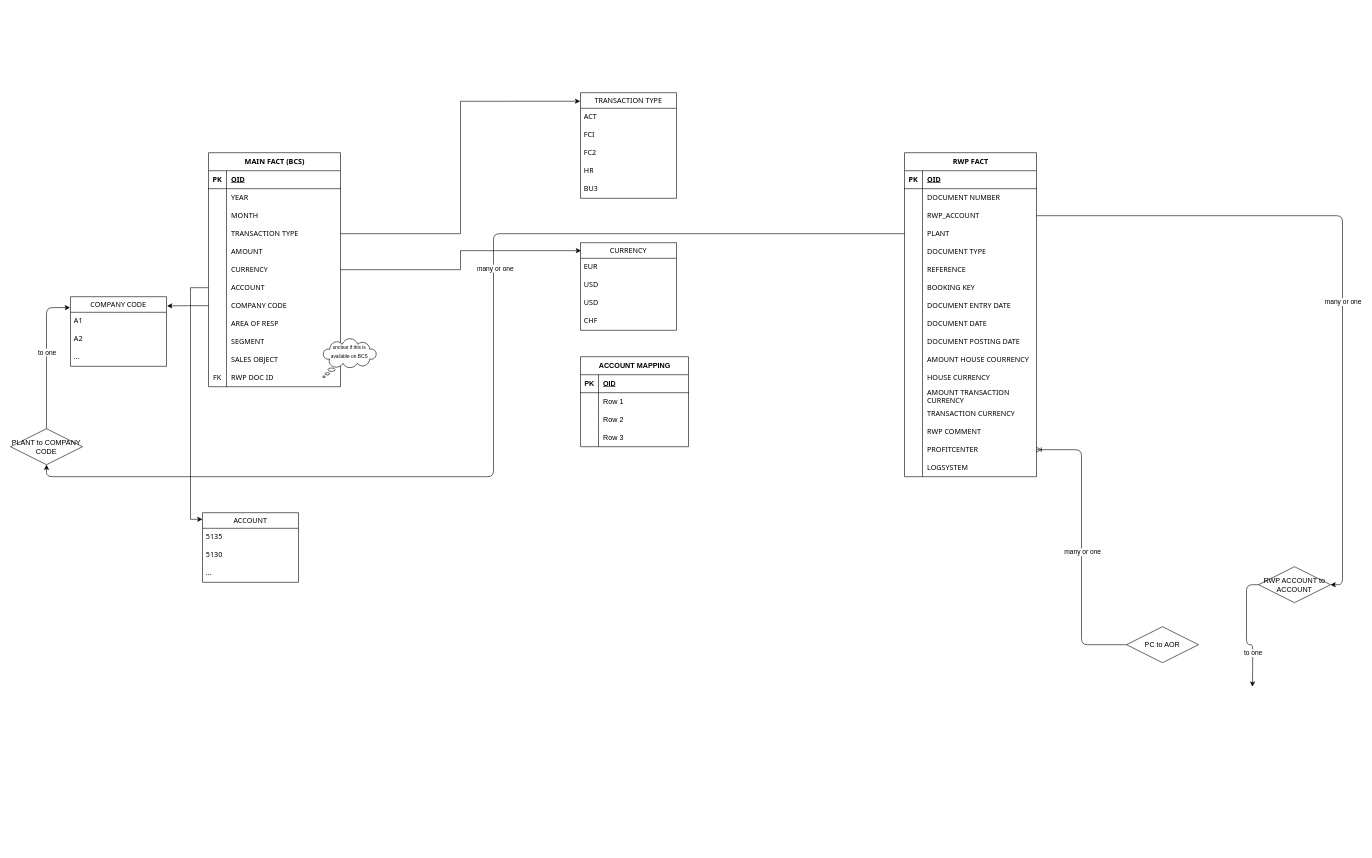
Earlier version of the draw.io diagram Untitled Diagram.drawio (fy-nn/test). Source tidied: cells renumbered, new cells numbered last; positions are measured from the earlier drawing's top-left corner, leaving out a move shared by most shapes. Both pictures are drawn from the tidied source at 60%, with x=0, y=0 at pixel (10, 92).
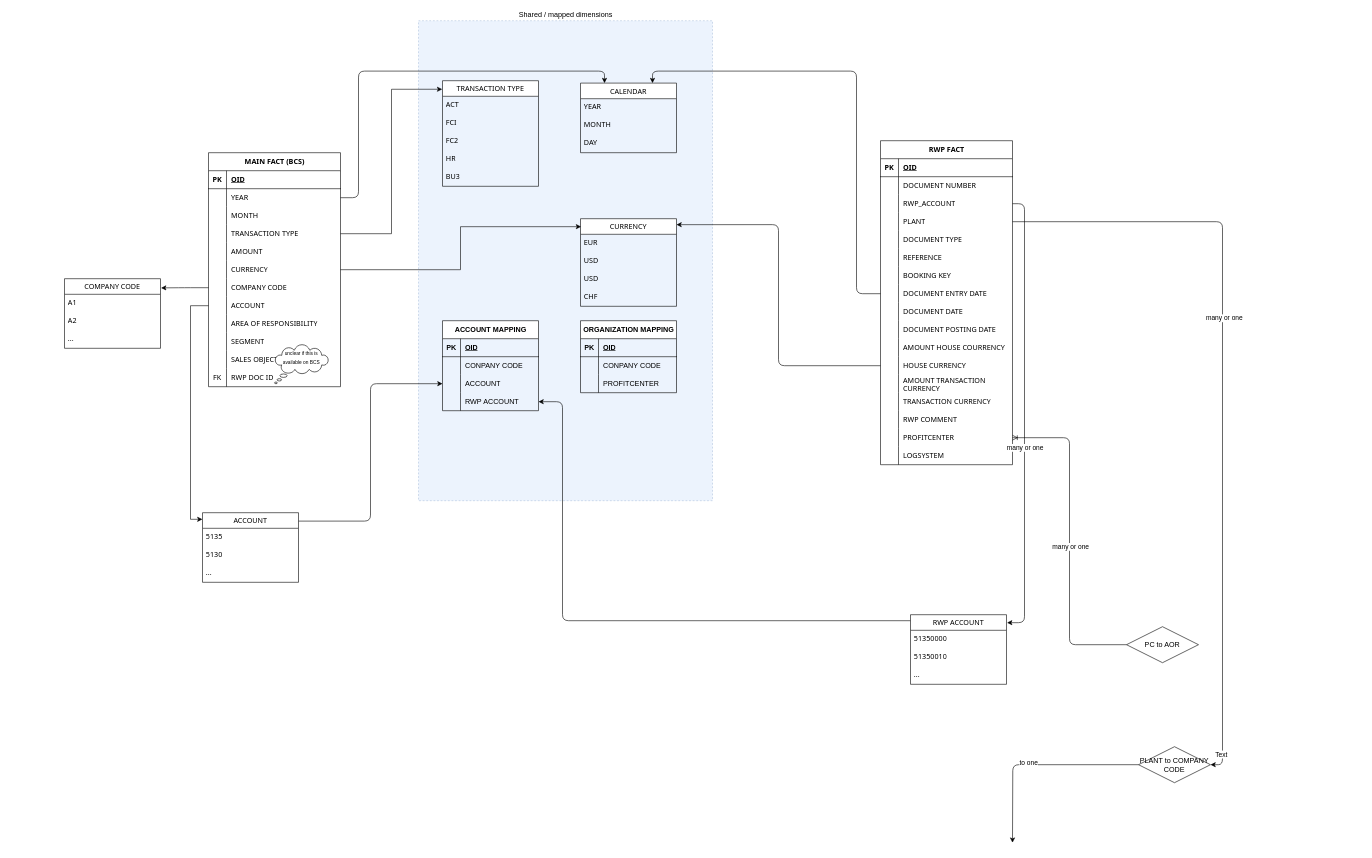
The same page after the edit.

The change refers to these unchanged cells:
```xml
<mxCell id="2" value="MAIN FACT (BCS)" style="shape=table;startSize=30;childLayout=tableLayout;rowLines=0;fontStyle=1;align=center;html=1;hachureGap=4;fontFamily=Tahoma;fontSize=12;rounded=0;" parent="1" vertex="1">
  <mxGeometry x="330" y="100" width="220" height="390" as="geometry" />
</mxCell>
<mxCell id="6" style="shape=tableRow;horizontal=0;startSize=0;swimlaneHead=0;swimlaneBody=0;fillColor=none;points=[[0,0.5],[1,0.5]];portConstraint=eastwest;top=0;left=0;right=0;bottom=0;hachureGap=4;fontFamily=Tahoma;fontSize=12;rounded=0;" parent="2" vertex="1">
  <mxGeometry y="60" width="220" height="30" as="geometry" />
</mxCell>
<mxCell id="27" style="shape=tableRow;horizontal=0;startSize=0;swimlaneHead=0;swimlaneBody=0;fillColor=none;top=0;left=0;right=0;bottom=0;hachureGap=4;fontFamily=Tahoma;fontSize=12;rounded=0;" parent="2" vertex="1">
  <mxGeometry y="270" width="220" height="30" as="geometry" />
</mxCell>
<mxCell id="46" value="ACCOUNT" style="swimlane;fontStyle=0;horizontal=1;startSize=26;align=center;fontSize=12;hachureGap=4;fontFamily=Tahoma;rounded=0;" parent="1" vertex="1">
  <mxGeometry x="320" y="700" width="160" height="116" as="geometry" />
</mxCell>
<mxCell id="69" style="shape=tableRow;horizontal=0;startSize=0;swimlaneHead=0;swimlaneBody=0;fillColor=none;points=[[0,0.5],[1,0.5]];portConstraint=eastwest;top=0;left=0;right=0;bottom=0;hachureGap=4;fontFamily=Tahoma;fontSize=12;rounded=0;" parent="62" vertex="1">
  <mxGeometry y="90" width="220" height="30" as="geometry" />
</mxCell>
<mxCell id="72" style="shape=tableRow;horizontal=0;startSize=0;swimlaneHead=0;swimlaneBody=0;fillColor=none;points=[[0,0.5],[1,0.5]];portConstraint=eastwest;top=0;left=0;right=0;bottom=0;hachureGap=4;fontFamily=Tahoma;fontSize=12;rounded=0;" parent="62" vertex="1">
  <mxGeometry y="120" width="220" height="30" as="geometry" />
</mxCell>
<mxCell id="84" style="shape=tableRow;horizontal=0;startSize=0;swimlaneHead=0;swimlaneBody=0;fillColor=none;points=[[0,0.5],[1,0.5]];portConstraint=eastwest;top=0;left=0;right=0;bottom=0;hachureGap=4;fontFamily=Tahoma;fontSize=12;rounded=0;" parent="62" vertex="1">
  <mxGeometry y="240" width="220" height="30" as="geometry" />
</mxCell>
<mxCell id="96" style="shape=tableRow;horizontal=0;startSize=0;swimlaneHead=0;swimlaneBody=0;fillColor=none;points=[[0,0.5],[1,0.5]];portConstraint=eastwest;top=0;left=0;right=0;bottom=0;hachureGap=4;fontFamily=Tahoma;fontSize=12;rounded=0;" parent="62" vertex="1">
  <mxGeometry y="360" width="220" height="30" as="geometry" />
</mxCell>
```

Diff of the diagram source:
```diff
@@
+    <mxCell id="141" value="Shared / mapped dimensions" style="verticalLabelPosition=top;verticalAlign=bottom;html=1;shape=mxgraph.basic.rect;fillColor2=none;strokeWidth=1;size=20;indent=5;fillColor=#dae8fc;strokeColor=#6c8ebf;dashed=1;shadow=0;opacity=50;horizontal=1;align=center;labelPosition=center;" parent="1" vertex="1">
+      <mxGeometry x="680" y="-120" width="490" height="800" as="geometry" />
+    </mxCell>
@@
+    <mxCell id="24" style="shape=tableRow;horizontal=0;startSize=0;swimlaneHead=0;swimlaneBody=0;fillColor=none;points=[[0,0.5],[1,0.5]];portConstraint=eastwest;top=0;left=0;right=0;bottom=0;hachureGap=4;fontFamily=Tahoma;fontSize=12;rounded=0;" parent="2" vertex="1">
+      <mxGeometry y="210" width="220" height="30" as="geometry" />
+    </mxCell>
+    <mxCell id="25" style="shape=partialRectangle;fillColor=none;top=0;left=0;bottom=0;right=0;overflow=hidden;whiteSpace=wrap;html=1;hachureGap=4;fontFamily=Tahoma;fontSize=12;rounded=0;" parent="24" vertex="1">
+      <mxGeometry width="30" height="30" as="geometry" />
+    </mxCell>
+    <mxCell id="26" value="COMPANY CODE" style="shape=partialRectangle;fillColor=none;top=0;left=0;bottom=0;right=0;align=left;spacingLeft=6;overflow=hidden;whiteSpace=wrap;html=1;hachureGap=4;fontFamily=Tahoma;fontSize=12;rounded=0;" parent="24" vertex="1">
+      <mxGeometry x="30" width="190" height="30" as="geometry" />
+    </mxCell>
     <mxCell id="21" style="shape=tableRow;horizontal=0;startSize=0;swimlaneHead=0;swimlaneBody=0;fillColor=none;points=[[0,0.5],[1,0.5]];portConstraint=eastwest;top=0;left=0;right=0;bottom=0;hachureGap=4;fontFamily=Tahoma;fontSize=12;rounded=0;" parent="2" vertex="1">
-      <mxGeometry y="210" width="220" height="30" as="geometry" />
+      <mxGeometry y="240" width="220" height="30" as="geometry" />
     </mxCell>
@@
-    <mxCell id="24" style="shape=tableRow;horizontal=0;startSize=0;swimlaneHead=0;swimlaneBody=0;fillColor=none;points=[[0,0.5],[1,0.5]];portConstraint=eastwest;top=0;left=0;right=0;bottom=0;hachureGap=4;fontFamily=Tahoma;fontSize=12;rounded=0;" parent="2" vertex="1">
-      <mxGeometry y="240" width="220" height="30" as="geometry" />
-    </mxCell>
-    <mxCell id="25" style="shape=partialRectangle;fillColor=none;top=0;left=0;bottom=0;right=0;overflow=hidden;whiteSpace=wrap;html=1;hachureGap=4;fontFamily=Tahoma;fontSize=12;rounded=0;" parent="24" vertex="1">
-      <mxGeometry width="30" height="30" as="geometry" />
-    </mxCell>
-    <mxCell id="26" value="COMPANY CODE" style="shape=partialRectangle;fillColor=none;top=0;left=0;bottom=0;right=0;align=left;spacingLeft=6;overflow=hidden;whiteSpace=wrap;html=1;hachureGap=4;fontFamily=Tahoma;fontSize=12;rounded=0;" parent="24" vertex="1">
-      <mxGeometry x="30" width="190" height="30" as="geometry" />
-    </mxCell>
@@
-    <mxCell id="29" value="AREA OF RESP" style="shape=partialRectangle;fillColor=none;top=0;left=0;bottom=0;right=0;align=left;spacingLeft=6;overflow=hidden;whiteSpace=wrap;html=1;hachureGap=4;fontFamily=Tahoma;fontSize=12;rounded=0;" parent="27" vertex="1">
+    <mxCell id="29" value="AREA OF RESPONSIBILITY" style="shape=partialRectangle;fillColor=none;top=0;left=0;bottom=0;right=0;align=left;spacingLeft=6;overflow=hidden;whiteSpace=wrap;html=1;hachureGap=4;fontFamily=Tahoma;fontSize=12;rounded=0;" parent="27" vertex="1">
       <mxGeometry x="30" width="190" height="30" as="geometry" />
     </mxCell>
@@
     <mxCell id="39" value="TRANSACTION TYPE" style="swimlane;fontStyle=0;horizontal=1;startSize=26;align=center;fontSize=12;hachureGap=4;fontFamily=Tahoma;rounded=0;" parent="1" vertex="1">
-      <mxGeometry x="950" width="160" height="176" as="geometry" />
+      <mxGeometry x="720" y="-20" width="160" height="176" as="geometry" />
     </mxCell>
@@
     <mxCell id="51" value="CURRENCY" style="swimlane;fontStyle=0;horizontal=1;startSize=26;align=center;fontSize=12;hachureGap=4;fontFamily=Tahoma;rounded=0;" parent="1" vertex="1">
-      <mxGeometry x="950" y="250" width="160" height="146" as="geometry" />
+      <mxGeometry x="950" y="210" width="160" height="146" as="geometry" />
     </mxCell>
@@
     <mxCell id="57" value="COMPANY CODE" style="swimlane;fontStyle=0;horizontal=1;startSize=26;align=center;fontSize=12;hachureGap=4;fontFamily=Tahoma;rounded=0;" parent="1" vertex="1">
-      <mxGeometry x="100" y="340" width="160" height="116" as="geometry" />
+      <mxGeometry x="90" y="310" width="160" height="116" as="geometry" />
     </mxCell>
@@
     <mxCell id="62" value="RWP FACT" style="shape=table;startSize=30;childLayout=tableLayout;rowLines=0;fontStyle=1;align=center;html=1;hachureGap=4;fontFamily=Tahoma;fontSize=12;rounded=0;" parent="1" vertex="1">
-      <mxGeometry x="1490" y="100" width="220" height="540" as="geometry" />
+      <mxGeometry x="1450" y="80" width="220" height="540" as="geometry" />
     </mxCell>
@@
     <mxCell id="117" value="&lt;font style=&quot;font-size: 8px;&quot;&gt;unclear if this is available on BCS&lt;/font&gt;" style="whiteSpace=wrap;html=1;shape=mxgraph.basic.cloud_callout;align=center;verticalAlign=top;" parent="1" vertex="1">
-      <mxGeometry x="520" y="410" width="90" height="65" as="geometry" />
+      <mxGeometry x="440" y="420" width="90" height="65" as="geometry" />
     </mxCell>
-    <mxCell id="118" value="RWP ACCOUNT to ACCOUNT" style="shape=rhombus;perimeter=rhombusPerimeter;whiteSpace=wrap;html=1;align=center;" parent="1" vertex="1">
-      <mxGeometry x="2080" y="790" width="120" height="60" as="geometry" />
-    </mxCell>
+    <mxCell id="142" style="edgeStyle=orthogonalEdgeStyle;jettySize=auto;html=1;exitX=0;exitY=0.086;exitDx=0;exitDy=0;entryX=1;entryY=0.5;entryDx=0;entryDy=0;exitPerimeter=0;" parent="1" edge="1" source="146" target="135">
+      <mxGeometry relative="1" as="geometry">
+        <Array as="points">
+          <mxPoint x="920" y="880" />
+          <mxPoint x="920" y="515" />
+        </Array>
+      </mxGeometry>
+    </mxCell>
-    <mxCell id="119" style="edgeStyle=orthogonalEdgeStyle;jettySize=auto;html=1;entryX=1;entryY=0.5;entryDx=0;entryDy=0;exitX=1;exitY=0.5;exitDx=0;exitDy=0;" parent="1" edge="1" source="69" target="118">
+    <mxCell id="119" style="edgeStyle=orthogonalEdgeStyle;jettySize=auto;html=1;exitX=1;exitY=0.5;exitDx=0;exitDy=0;entryX=1.006;entryY=0.115;entryDx=0;entryDy=0;entryPerimeter=0;" parent="1" edge="1" source="69" target="146">
       <mxGeometry relative="1" as="geometry" />
     </mxCell>
@@
-    <mxCell id="121" style="edgeStyle=orthogonalEdgeStyle;jettySize=auto;html=1;exitX=0;exitY=0.5;exitDx=0;exitDy=0;" parent="1" edge="1" source="118">
-      <mxGeometry relative="1" as="geometry">
-        <mxPoint x="2070" y="990" as="targetPoint" />
-      </mxGeometry>
-    </mxCell>
-    <mxCell id="122" value="to one" style="edgeLabel;html=1;align=center;verticalAlign=middle;" parent="121" vertex="1">
-      <mxGeometry x="0.44" relative="1" as="geometry" />
-    </mxCell>
     <mxCell id="123" value="PLANT to COMPANY CODE" style="shape=rhombus;perimeter=rhombusPerimeter;whiteSpace=wrap;html=1;align=center;fontSize=12;" parent="1" vertex="1">
-      <mxGeometry y="560" width="120" height="60" as="geometry" />
+      <mxGeometry x="1880" y="1090" width="120" height="60" as="geometry" />
     </mxCell>
-    <mxCell id="124" style="edgeStyle=orthogonalEdgeStyle;jettySize=auto;html=1;entryX=0.5;entryY=1;entryDx=0;entryDy=0;" parent="1" edge="1" source="72" target="123">
+    <mxCell id="124" style="edgeStyle=orthogonalEdgeStyle;jettySize=auto;html=1;entryX=1;entryY=0.5;entryDx=0;entryDy=0;exitX=1;exitY=0.5;exitDx=0;exitDy=0;" parent="1" edge="1" source="72" target="123">
       <mxGeometry relative="1" as="geometry" />
     </mxCell>
@@
+    <mxCell id="143" value="Text" style="edgeLabel;html=1;align=center;verticalAlign=middle;" parent="124" vertex="1">
+      <mxGeometry x="0.94" y="-3" relative="1" as="geometry" />
+    </mxCell>
-    <mxCell id="126" style="edgeStyle=orthogonalEdgeStyle;jettySize=auto;html=1;entryX=-0.005;entryY=0.157;entryDx=0;entryDy=0;entryPerimeter=0;" parent="1" edge="1" source="123" target="57">
-      <mxGeometry relative="1" as="geometry" />
+    <mxCell id="126" style="edgeStyle=orthogonalEdgeStyle;jettySize=auto;html=1;" parent="1" edge="1" source="123">
+      <mxGeometry relative="1" as="geometry">
+        <mxPoint x="1670" y="1250" as="targetPoint" />
+      </mxGeometry>
     </mxCell>
@@
     <mxCell id="128" value="ACCOUNT MAPPING" style="shape=table;startSize=30;childLayout=tableLayout;rowLines=0;fontStyle=1;align=center;html=1;" parent="1" vertex="1">
-      <mxGeometry x="950" y="440" width="180" height="150" as="geometry" />
+      <mxGeometry x="720" y="380" width="160" height="150" as="geometry" />
     </mxCell>
     <mxCell id="129" style="shape=tableRow;horizontal=0;startSize=0;swimlaneHead=0;swimlaneBody=0;fillColor=none;top=0;left=0;right=0;bottom=1;" parent="128" vertex="1">
-      <mxGeometry y="30" width="180" height="30" as="geometry" />
+      <mxGeometry y="30" width="160" height="30" as="geometry" />
     </mxCell>
@@
     <mxCell id="131" value="OID" style="shape=partialRectangle;fillColor=none;top=0;left=0;bottom=0;right=0;align=left;spacingLeft=6;fontStyle=5;overflow=hidden;whiteSpace=wrap;html=1;" parent="129" vertex="1">
-      <mxGeometry x="30" width="150" height="30" as="geometry" />
+      <mxGeometry x="30" width="130" height="30" as="geometry" />
     </mxCell>
+    <mxCell id="138" style="shape=tableRow;horizontal=0;startSize=0;swimlaneHead=0;swimlaneBody=0;fillColor=none;top=0;left=0;right=0;bottom=0;" parent="128" vertex="1">
+      <mxGeometry y="60" width="160" height="30" as="geometry" />
+    </mxCell>
+    <mxCell id="139" style="shape=partialRectangle;fillColor=none;top=0;left=0;bottom=0;right=0;overflow=hidden;whiteSpace=wrap;html=1;" parent="138" vertex="1">
+      <mxGeometry width="30" height="30" as="geometry" />
+    </mxCell>
+    <mxCell id="140" value="CONPANY CODE" style="shape=partialRectangle;fillColor=none;top=0;left=0;bottom=0;right=0;align=left;spacingLeft=6;overflow=hidden;whiteSpace=wrap;html=1;" parent="138" vertex="1">
+      <mxGeometry x="30" width="130" height="30" as="geometry" />
+    </mxCell>
     <mxCell id="132" style="shape=tableRow;horizontal=0;startSize=0;swimlaneHead=0;swimlaneBody=0;fillColor=none;points=[[0,0.5],[1,0.5]];portConstraint=eastwest;top=0;left=0;right=0;bottom=0;" parent="128" vertex="1">
-      <mxGeometry y="60" width="180" height="30" as="geometry" />
+      <mxGeometry y="90" width="160" height="30" as="geometry" />
     </mxCell>
@@
-    <mxCell id="134" value="Row 1" style="shape=partialRectangle;fillColor=none;top=0;left=0;bottom=0;right=0;align=left;spacingLeft=6;overflow=hidden;whiteSpace=wrap;html=1;" parent="132" vertex="1">
-      <mxGeometry x="30" width="150" height="30" as="geometry" />
+    <mxCell id="134" value="ACCOUNT" style="shape=partialRectangle;fillColor=none;top=0;left=0;bottom=0;right=0;align=left;spacingLeft=6;overflow=hidden;whiteSpace=wrap;html=1;" parent="132" vertex="1">
+      <mxGeometry x="30" width="130" height="30" as="geometry" />
     </mxCell>
     <mxCell id="135" style="shape=tableRow;horizontal=0;startSize=0;swimlaneHead=0;swimlaneBody=0;fillColor=none;points=[[0,0.5],[1,0.5]];portConstraint=eastwest;top=0;left=0;right=0;bottom=0;" parent="128" vertex="1">
-      <mxGeometry y="90" width="180" height="30" as="geometry" />
+      <mxGeometry y="120" width="160" height="30" as="geometry" />
     </mxCell>
@@
-    <mxCell id="137" value="Row 2" style="shape=partialRectangle;fillColor=none;top=0;left=0;bottom=0;right=0;align=left;spacingLeft=6;overflow=hidden;whiteSpace=wrap;html=1;" parent="135" vertex="1">
-      <mxGeometry x="30" width="150" height="30" as="geometry" />
+    <mxCell id="137" value="RWP ACCOUNT" style="shape=partialRectangle;fillColor=none;top=0;left=0;bottom=0;right=0;align=left;spacingLeft=6;overflow=hidden;whiteSpace=wrap;html=1;" parent="135" vertex="1">
+      <mxGeometry x="30" width="130" height="30" as="geometry" />
     </mxCell>
-    <mxCell id="138" style="shape=tableRow;horizontal=0;startSize=0;swimlaneHead=0;swimlaneBody=0;fillColor=none;top=0;left=0;right=0;bottom=0;" parent="128" vertex="1">
-      <mxGeometry y="120" width="180" height="30" as="geometry" />
-    </mxCell>
-    <mxCell id="139" style="shape=partialRectangle;fillColor=none;top=0;left=0;bottom=0;right=0;overflow=hidden;whiteSpace=wrap;html=1;" parent="138" vertex="1">
-      <mxGeometry width="30" height="30" as="geometry" />
-    </mxCell>
-    <mxCell id="140" value="Row 3" style="shape=partialRectangle;fillColor=none;top=0;left=0;bottom=0;right=0;align=left;spacingLeft=6;overflow=hidden;whiteSpace=wrap;html=1;" parent="138" vertex="1">
-      <mxGeometry x="30" width="150" height="30" as="geometry" />
-    </mxCell>
+    <mxCell id="144" style="edgeStyle=orthogonalEdgeStyle;jettySize=auto;html=1;exitX=1.002;exitY=0.121;exitDx=0;exitDy=0;entryX=0;entryY=0.5;entryDx=0;entryDy=0;exitPerimeter=0;" parent="1" edge="1" source="46" target="132">
+      <mxGeometry relative="1" as="geometry" />
+    </mxCell>
+    <mxCell id="145" style="edgeStyle=orthogonalEdgeStyle;jettySize=auto;html=1;exitX=0;exitY=0.5;exitDx=0;exitDy=0;entryX=1;entryY=0.068;entryDx=0;entryDy=0;entryPerimeter=0;" parent="1" edge="1" source="96" target="51">
+      <mxGeometry relative="1" as="geometry" />
+    </mxCell>
+    <mxCell id="146" value="RWP ACCOUNT" style="swimlane;fontStyle=0;horizontal=1;startSize=26;align=center;fontSize=12;hachureGap=4;fontFamily=Tahoma;rounded=0;" parent="1" vertex="1">
+      <mxGeometry x="1500" y="870" width="160" height="116" as="geometry" />
+    </mxCell>
+    <mxCell id="147" value="51350000" style="text;strokeColor=none;fillColor=none;spacingLeft=4;spacingRight=4;overflow=hidden;fontSize=12;whiteSpace=wrap;html=1;fontFamily=Tahoma;rounded=0;" parent="146" vertex="1">
+      <mxGeometry y="26" width="160" height="30" as="geometry" />
+    </mxCell>
+    <mxCell id="148" value="51350010" style="text;strokeColor=none;fillColor=none;spacingLeft=4;spacingRight=4;overflow=hidden;fontSize=12;whiteSpace=wrap;html=1;fontFamily=Tahoma;rounded=0;" parent="146" vertex="1">
+      <mxGeometry y="56" width="160" height="30" as="geometry" />
+    </mxCell>
+    <mxCell id="149" value="..." style="text;strokeColor=none;fillColor=none;spacingLeft=4;spacingRight=4;overflow=hidden;fontSize=12;whiteSpace=wrap;html=1;fontFamily=Tahoma;rounded=0;" parent="146" vertex="1">
+      <mxGeometry y="86" width="160" height="30" as="geometry" />
+    </mxCell>
+    <mxCell id="150" value="CALENDAR" style="swimlane;fontStyle=0;horizontal=1;startSize=26;align=center;fontSize=12;hachureGap=4;fontFamily=Tahoma;rounded=0;" parent="1" vertex="1">
+      <mxGeometry x="950" y="-16" width="160" height="116" as="geometry" />
+    </mxCell>
+    <mxCell id="151" value="YEAR" style="text;strokeColor=none;fillColor=none;spacingLeft=4;spacingRight=4;overflow=hidden;fontSize=12;whiteSpace=wrap;html=1;fontFamily=Tahoma;rounded=0;" parent="150" vertex="1">
+      <mxGeometry y="26" width="160" height="30" as="geometry" />
+    </mxCell>
+    <mxCell id="152" value="MONTH" style="text;strokeColor=none;fillColor=none;spacingLeft=4;spacingRight=4;overflow=hidden;fontSize=12;whiteSpace=wrap;html=1;fontFamily=Tahoma;rounded=0;" parent="150" vertex="1">
+      <mxGeometry y="56" width="160" height="30" as="geometry" />
+    </mxCell>
+    <mxCell id="153" value="DAY" style="text;strokeColor=none;fillColor=none;spacingLeft=4;spacingRight=4;overflow=hidden;fontSize=12;whiteSpace=wrap;html=1;fontFamily=Tahoma;rounded=0;" parent="150" vertex="1">
+      <mxGeometry y="86" width="160" height="30" as="geometry" />
+    </mxCell>
+    <mxCell id="154" style="edgeStyle=orthogonalEdgeStyle;jettySize=auto;html=1;exitX=1;exitY=0.5;exitDx=0;exitDy=0;entryX=0.25;entryY=0;entryDx=0;entryDy=0;" parent="1" edge="1" source="6" target="150">
+      <mxGeometry relative="1" as="geometry">
+        <Array as="points">
+          <mxPoint x="580" y="175" />
+          <mxPoint x="580" y="-36" />
+          <mxPoint x="990" y="-36" />
+        </Array>
+      </mxGeometry>
+    </mxCell>
+    <mxCell id="155" style="edgeStyle=orthogonalEdgeStyle;jettySize=auto;html=1;exitX=0;exitY=0.5;exitDx=0;exitDy=0;entryX=0.75;entryY=0;entryDx=0;entryDy=0;" parent="1" edge="1" source="84" target="150">
+      <mxGeometry relative="1" as="geometry">
+        <Array as="points">
+          <mxPoint x="1410" y="335" />
+          <mxPoint x="1410" y="-36" />
+          <mxPoint x="1070" y="-36" />
+        </Array>
+      </mxGeometry>
+    </mxCell>
+    <mxCell id="156" value="ORGANIZATION MAPPING" style="shape=table;startSize=30;childLayout=tableLayout;rowLines=0;fontStyle=1;align=center;html=1;" parent="1" vertex="1">
+      <mxGeometry x="950" y="380" width="160" height="120" as="geometry" />
+    </mxCell>
+    <mxCell id="157" style="shape=tableRow;horizontal=0;startSize=0;swimlaneHead=0;swimlaneBody=0;fillColor=none;top=0;left=0;right=0;bottom=1;" parent="156" vertex="1">
+      <mxGeometry y="30" width="160" height="30" as="geometry" />
+    </mxCell>
+    <mxCell id="158" value="PK" style="shape=partialRectangle;fillColor=none;top=0;left=0;bottom=0;right=0;fontStyle=1;overflow=hidden;whiteSpace=wrap;html=1;" parent="157" vertex="1">
+      <mxGeometry width="30" height="30" as="geometry" />
+    </mxCell>
+    <mxCell id="159" value="OID" style="shape=partialRectangle;fillColor=none;top=0;left=0;bottom=0;right=0;align=left;spacingLeft=6;fontStyle=5;overflow=hidden;whiteSpace=wrap;html=1;" parent="157" vertex="1">
+      <mxGeometry x="30" width="130" height="30" as="geometry" />
+    </mxCell>
+    <mxCell id="160" style="shape=tableRow;horizontal=0;startSize=0;swimlaneHead=0;swimlaneBody=0;fillColor=none;top=0;left=0;right=0;bottom=0;" parent="156" vertex="1">
+      <mxGeometry y="60" width="160" height="30" as="geometry" />
+    </mxCell>
+    <mxCell id="161" style="shape=partialRectangle;fillColor=none;top=0;left=0;bottom=0;right=0;overflow=hidden;whiteSpace=wrap;html=1;" parent="160" vertex="1">
+      <mxGeometry width="30" height="30" as="geometry" />
+    </mxCell>
+    <mxCell id="162" value="CONPANY CODE" style="shape=partialRectangle;fillColor=none;top=0;left=0;bottom=0;right=0;align=left;spacingLeft=6;overflow=hidden;whiteSpace=wrap;html=1;" parent="160" vertex="1">
+      <mxGeometry x="30" width="130" height="30" as="geometry" />
+    </mxCell>
+    <mxCell id="163" style="shape=tableRow;horizontal=0;startSize=0;swimlaneHead=0;swimlaneBody=0;fillColor=none;top=0;left=0;right=0;bottom=0;" parent="156" vertex="1">
+      <mxGeometry y="90" width="160" height="30" as="geometry" />
+    </mxCell>
+    <mxCell id="164" style="shape=partialRectangle;fillColor=none;top=0;left=0;bottom=0;right=0;overflow=hidden;whiteSpace=wrap;html=1;" parent="163" vertex="1">
+      <mxGeometry width="30" height="30" as="geometry" />
+    </mxCell>
+    <mxCell id="165" value="PROFITCENTER" style="shape=partialRectangle;fillColor=none;top=0;left=0;bottom=0;right=0;align=left;spacingLeft=6;overflow=hidden;whiteSpace=wrap;html=1;" parent="163" vertex="1">
+      <mxGeometry x="30" width="130" height="30" as="geometry" />
+    </mxCell>
```
